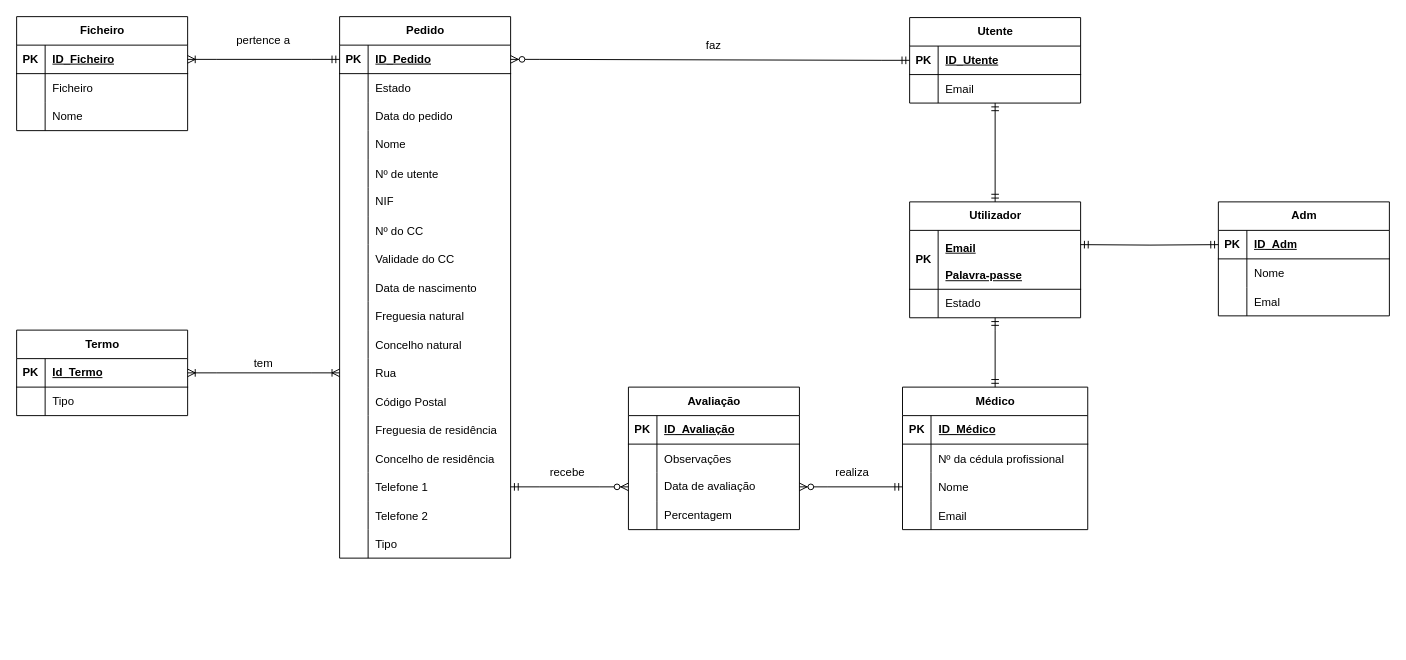
xaloftal/Juntas keeps this draw.io diagram as Diagramas/ER/diagrama_ER_JMAI.drawio. Above is the earlier version. Source tidied: cells renumbered, new cells numbered last; positions are measured from the earlier drawing's top-left corner, leaving out a move shared by most shapes. Both pictures are drawn from the tidied source at 95%, with x=0, y=0 at pixel (16, 16).
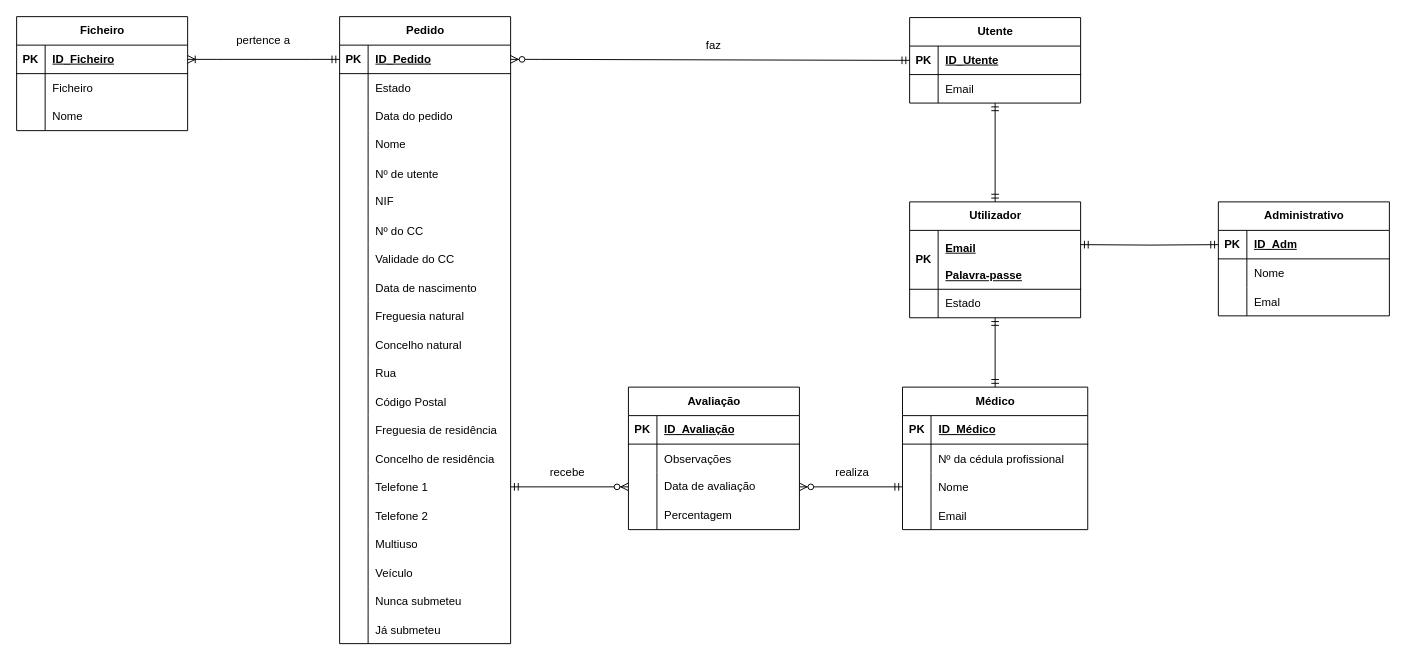
After the change.

The change refers to these unchanged cells:
```xml
<mxCell id="46" style="shape=tableRow;horizontal=0;startSize=0;swimlaneHead=0;swimlaneBody=0;fillColor=none;points=[[0,0.5],[1,0.5]];portConstraint=eastwest;top=0;left=0;right=0;bottom=0;" parent="12" vertex="1">
  <mxGeometry y="360" width="180" height="30" as="geometry" />
</mxCell>
<mxCell id="64" style="shape=tableRow;horizontal=0;startSize=0;swimlaneHead=0;swimlaneBody=0;fillColor=none;top=0;left=0;right=0;bottom=0;" parent="12" vertex="1">
  <mxGeometry y="540" width="180" height="30" as="geometry" />
</mxCell>
```

Diff of the diagram source:
```diff
@@
     <mxCell id="12" value="Pedido" style="shape=table;startSize=30;childLayout=tableLayout;rowLines=0;fontStyle=1;align=center;html=1;" parent="1" vertex="1">
-      <mxGeometry x="340" width="180" height="570" as="geometry" />
+      <mxGeometry x="340" width="180" height="660" as="geometry" />
     </mxCell>
@@
-    <mxCell id="65" style="shape=partialRectangle;fillColor=none;top=0;left=0;bottom=0;right=0;overflow=hidden;" parent="64" vertex="1">
-      <mxGeometry width="30" height="30" as="geometry" />
-    </mxCell>
-    <mxCell id="66" value="Tipo" style="shape=partialRectangle;fillColor=none;top=0;left=0;bottom=0;right=0;align=left;spacingLeft=6;overflow=hidden;" parent="64" vertex="1">
-      <mxGeometry x="30" width="150" height="30" as="geometry" />
-    </mxCell>
+    <mxCell id="138" style="shape=partialRectangle;fillColor=none;top=0;left=0;bottom=0;right=0;overflow=hidden;" parent="64" vertex="1">
+      <mxGeometry width="30" height="30" as="geometry" />
+    </mxCell>
+    <mxCell id="139" value="Multiuso" style="shape=partialRectangle;fillColor=none;top=0;left=0;bottom=0;right=0;align=left;spacingLeft=6;overflow=hidden;" parent="64" vertex="1">
+      <mxGeometry x="30" width="150" height="30" as="geometry" />
+    </mxCell>
+    <mxCell id="140" style="shape=tableRow;horizontal=0;startSize=0;swimlaneHead=0;swimlaneBody=0;fillColor=none;top=0;left=0;right=0;bottom=0;" parent="12" vertex="1">
+      <mxGeometry y="570" width="180" height="30" as="geometry" />
+    </mxCell>
+    <mxCell id="141" style="shape=partialRectangle;fillColor=none;top=0;left=0;bottom=0;right=0;overflow=hidden;" parent="140" vertex="1">
+      <mxGeometry width="30" height="30" as="geometry" />
+    </mxCell>
+    <mxCell id="142" value="Veículo" style="shape=partialRectangle;fillColor=none;top=0;left=0;bottom=0;right=0;align=left;spacingLeft=6;overflow=hidden;" parent="140" vertex="1">
+      <mxGeometry x="30" width="150" height="30" as="geometry" />
+    </mxCell>
+    <mxCell id="143" style="shape=tableRow;horizontal=0;startSize=0;swimlaneHead=0;swimlaneBody=0;fillColor=none;top=0;left=0;right=0;bottom=0;" parent="12" vertex="1">
+      <mxGeometry y="600" width="180" height="30" as="geometry" />
+    </mxCell>
+    <mxCell id="144" style="shape=partialRectangle;fillColor=none;top=0;left=0;bottom=0;right=0;overflow=hidden;" parent="143" vertex="1">
+      <mxGeometry width="30" height="30" as="geometry" />
+    </mxCell>
+    <mxCell id="145" value="Nunca submeteu" style="shape=partialRectangle;fillColor=none;top=0;left=0;bottom=0;right=0;align=left;spacingLeft=6;overflow=hidden;" parent="143" vertex="1">
+      <mxGeometry x="30" width="150" height="30" as="geometry" />
+    </mxCell>
+    <mxCell id="146" style="shape=tableRow;horizontal=0;startSize=0;swimlaneHead=0;swimlaneBody=0;fillColor=none;top=0;left=0;right=0;bottom=0;" parent="12" vertex="1">
+      <mxGeometry y="630" width="180" height="30" as="geometry" />
+    </mxCell>
+    <mxCell id="147" style="shape=partialRectangle;fillColor=none;top=0;left=0;bottom=0;right=0;overflow=hidden;" parent="146" vertex="1">
+      <mxGeometry width="30" height="30" as="geometry" />
+    </mxCell>
+    <mxCell id="148" value="Já submeteu" style="shape=partialRectangle;fillColor=none;top=0;left=0;bottom=0;right=0;align=left;spacingLeft=6;overflow=hidden;" parent="146" vertex="1">
+      <mxGeometry x="30" width="150" height="30" as="geometry" />
+    </mxCell>
@@
-    <mxCell id="94" value="Adm" style="shape=table;startSize=30;childLayout=tableLayout;rowLines=0;fontStyle=1;align=center;html=1;" parent="1" vertex="1">
+    <mxCell id="94" value="Administrativo" style="shape=table;startSize=30;childLayout=tableLayout;rowLines=0;fontStyle=1;align=center;html=1;" parent="1" vertex="1">
       <mxGeometry x="1265" y="195" width="180" height="120" as="geometry" />
     </mxCell>
@@
-    <mxCell id="126" value="Termo" style="shape=table;startSize=30;childLayout=tableLayout;rowLines=0;fontStyle=1;align=center;html=1;" parent="1" vertex="1">
-      <mxGeometry y="330" width="180" height="90" as="geometry" />
-    </mxCell>
-    <mxCell id="127" style="shape=tableRow;horizontal=0;startSize=0;swimlaneHead=0;swimlaneBody=0;fillColor=none;points=[[0,0.5],[1,0.5]];portConstraint=eastwest;top=0;left=0;right=0;bottom=1;" parent="126" vertex="1">
-      <mxGeometry y="30" width="180" height="30" as="geometry" />
-    </mxCell>
-    <mxCell id="128" value="PK" style="shape=partialRectangle;fillColor=none;top=0;left=0;bottom=0;right=0;fontStyle=1;overflow=hidden;whiteSpace=wrap;html=1;" parent="127" vertex="1">
-      <mxGeometry width="30" height="30" as="geometry" />
-    </mxCell>
-    <mxCell id="129" value="Id_Termo" style="shape=partialRectangle;fillColor=none;top=0;left=0;bottom=0;right=0;align=left;spacingLeft=6;fontStyle=5;overflow=hidden;whiteSpace=wrap;html=1;" parent="127" vertex="1">
-      <mxGeometry x="30" width="150" height="30" as="geometry" />
-    </mxCell>
-    <mxCell id="130" style="shape=tableRow;horizontal=0;startSize=0;swimlaneHead=0;swimlaneBody=0;fillColor=none;top=0;left=0;right=0;bottom=0;" parent="126" vertex="1">
-      <mxGeometry y="60" width="180" height="30" as="geometry" />
-    </mxCell>
-    <mxCell id="131" style="shape=partialRectangle;fillColor=none;top=0;left=0;bottom=0;right=0;overflow=hidden;whiteSpace=wrap;html=1;" parent="130" vertex="1">
-      <mxGeometry width="30" height="30" as="geometry" />
-    </mxCell>
-    <mxCell id="132" value="Tipo" style="shape=partialRectangle;fillColor=none;top=0;left=0;bottom=0;right=0;align=left;spacingLeft=6;overflow=hidden;whiteSpace=wrap;html=1;" parent="130" vertex="1">
-      <mxGeometry x="30" width="150" height="30" as="geometry" />
-    </mxCell>
-    <mxCell id="133" style="edgeStyle=entityRelationEdgeStyle;fontSize=12;html=1;endArrow=ERoneToMany;startArrow=ERoneToMany;rounded=0;exitX=1;exitY=0.5;exitDx=0;exitDy=0;entryX=0;entryY=0.5;entryDx=0;entryDy=0;" parent="1" edge="1" source="127" target="46">
-      <mxGeometry relative="1" as="geometry" />
-    </mxCell>
-    <mxCell id="134" value="tem" style="text;html=1;strokeColor=none;fillColor=none;align=center;verticalAlign=middle;whiteSpace=wrap;rounded=0;" parent="1" vertex="1">
-      <mxGeometry x="230" y="350" width="60" height="30" as="geometry" />
-    </mxCell>
```
